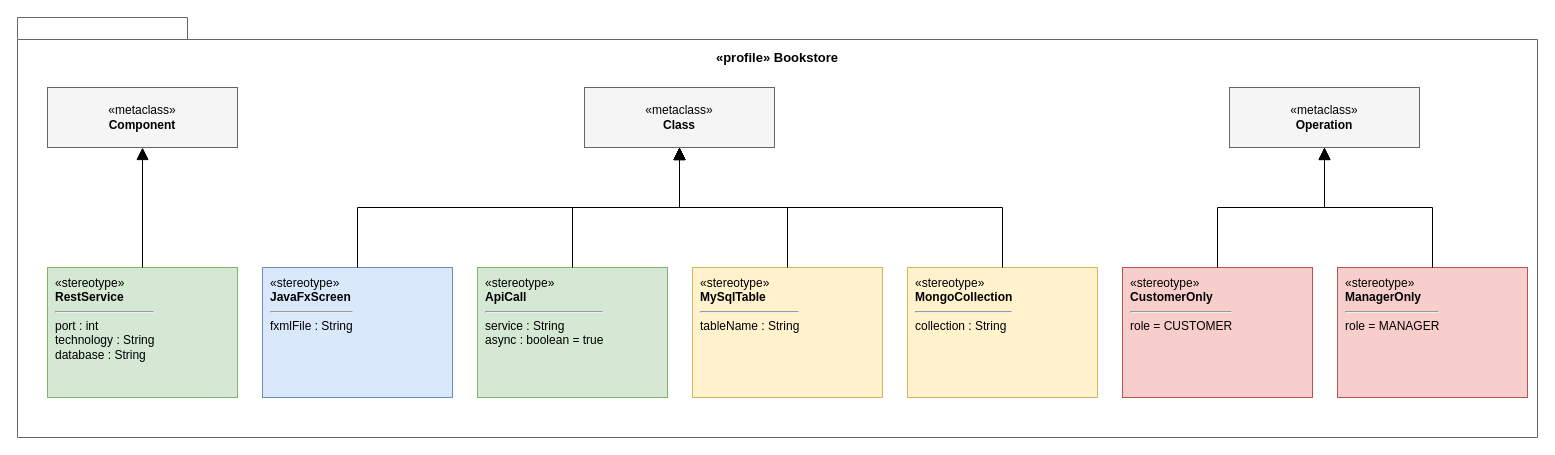
KFUPMer/csce310-bookstore keeps this draw.io diagram as docs/02-design/diagrams/profile.drawio. Above is the earlier version. Source tidied: cells renumbered, new cells numbered last; positions are measured from the earlier drawing's top-left corner, leaving out a move shared by most shapes. Both pictures are drawn from the tidied source at 100%, with x=0, y=0 at pixel (17, 17).
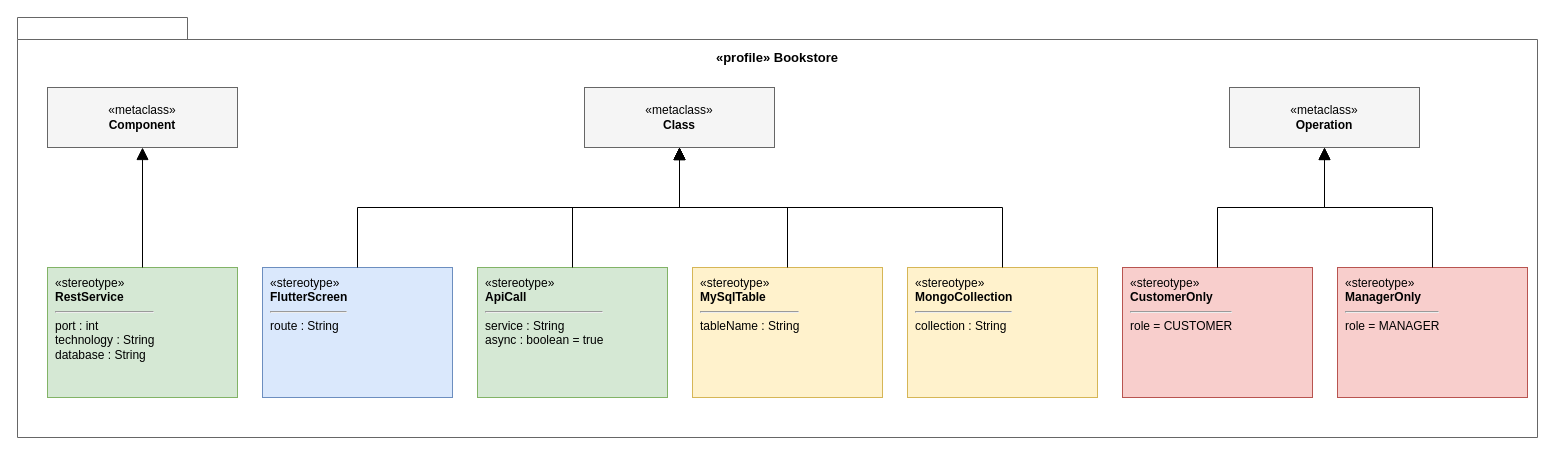
The same diagram, later.

What changed in the source:
```diff
@@
 <mxGraphModel>
   <root>
     <mxCell id="0" />
     <mxCell id="1" parent="0" />
     <mxCell id="2" value="«profile» Bookstore" style="shape=folder;fontStyle=1;tabWidth=170;tabHeight=22;tabPosition=left;html=1;whiteSpace=wrap;verticalAlign=top;spacingTop=26;fontSize=13;fillColor=none;strokeColor=#666666;" parent="1" vertex="1">
       <mxGeometry width="1520" height="420" as="geometry" />
     </mxCell>
     <mxCell id="3" value="«metaclass»&lt;br&gt;&lt;b&gt;Component&lt;/b&gt;" style="rounded=0;whiteSpace=wrap;html=1;fontSize=12;fillColor=#f5f5f5;strokeColor=#666666;" parent="1" vertex="1">
       <mxGeometry x="30" y="70" width="190" height="60" as="geometry" />
     </mxCell>
     <mxCell id="4" value="«metaclass»&lt;br&gt;&lt;b&gt;Class&lt;/b&gt;" style="rounded=0;whiteSpace=wrap;html=1;fontSize=12;fillColor=#f5f5f5;strokeColor=#666666;" parent="1" vertex="1">
       <mxGeometry x="567" y="70" width="190" height="60" as="geometry" />
     </mxCell>
     <mxCell id="5" value="«metaclass»&lt;br&gt;&lt;b&gt;Operation&lt;/b&gt;" style="rounded=0;whiteSpace=wrap;html=1;fontSize=12;fillColor=#f5f5f5;strokeColor=#666666;" parent="1" vertex="1">
       <mxGeometry x="1212" y="70" width="190" height="60" as="geometry" />
     </mxCell>
     <mxCell id="6" value="«stereotype»&lt;br&gt;&lt;b&gt;RestService&lt;/b&gt;&lt;hr&gt;port : int&lt;br&gt;technology : String&lt;br&gt;database : String" style="rounded=0;whiteSpace=wrap;html=1;align=left;verticalAlign=top;spacingLeft=6;spacingTop=2;fontSize=12;fillColor=#d5e8d4;strokeColor=#82b366;" parent="1" vertex="1">
       <mxGeometry x="30" y="250" width="190" height="130" as="geometry" />
     </mxCell>
     <mxCell id="7" style="endArrow=block;endFill=1;endSize=10;html=1;rounded=0;edgeStyle=orthogonalEdgeStyle;exitX=0.5;exitY=0;entryX=0.5;entryY=1;" parent="1" edge="1" source="6" target="3">
       <mxGeometry relative="1" as="geometry" />
     </mxCell>
-    <mxCell id="8" value="«stereotype»&lt;br&gt;&lt;b&gt;JavaFxScreen&lt;/b&gt;&lt;hr&gt;fxmlFile : String" style="rounded=0;whiteSpace=wrap;html=1;align=left;verticalAlign=top;spacingLeft=6;spacingTop=2;fontSize=12;fillColor=#dae8fc;strokeColor=#6c8ebf;" parent="1" vertex="1">
+    <mxCell id="8" value="«stereotype»&lt;br&gt;&lt;b&gt;FlutterScreen&lt;/b&gt;&lt;hr&gt;route : String" style="rounded=0;whiteSpace=wrap;html=1;align=left;verticalAlign=top;spacingLeft=6;spacingTop=2;fontSize=12;fillColor=#dae8fc;strokeColor=#6c8ebf;" parent="1" vertex="1">
       <mxGeometry x="245" y="250" width="190" height="130" as="geometry" />
     </mxCell>
     <mxCell id="9" style="endArrow=block;endFill=1;endSize=10;html=1;rounded=0;edgeStyle=orthogonalEdgeStyle;exitX=0.5;exitY=0;entryX=0.5;entryY=1;" parent="1" edge="1" source="8" target="4">
       <mxGeometry relative="1" as="geometry" />
     </mxCell>
     <mxCell id="10" value="«stereotype»&lt;br&gt;&lt;b&gt;ApiCall&lt;/b&gt;&lt;hr&gt;service : String&lt;br&gt;async : boolean = true" style="rounded=0;whiteSpace=wrap;html=1;align=left;verticalAlign=top;spacingLeft=6;spacingTop=2;fontSize=12;fillColor=#d5e8d4;strokeColor=#82b366;" parent="1" vertex="1">
       <mxGeometry x="460" y="250" width="190" height="130" as="geometry" />
     </mxCell>
     <mxCell id="11" style="endArrow=block;endFill=1;endSize=10;html=1;rounded=0;edgeStyle=orthogonalEdgeStyle;exitX=0.5;exitY=0;entryX=0.5;entryY=1;" parent="1" edge="1" source="10" target="4">
       <mxGeometry relative="1" as="geometry" />
     </mxCell>
     <mxCell id="12" value="«stereotype»&lt;br&gt;&lt;b&gt;MySqlTable&lt;/b&gt;&lt;hr&gt;tableName : String" style="rounded=0;whiteSpace=wrap;html=1;align=left;verticalAlign=top;spacingLeft=6;spacingTop=2;fontSize=12;fillColor=#fff2cc;strokeColor=#d6b656;" parent="1" vertex="1">
       <mxGeometry x="675" y="250" width="190" height="130" as="geometry" />
     </mxCell>
     <mxCell id="13" style="endArrow=block;endFill=1;endSize=10;html=1;rounded=0;edgeStyle=orthogonalEdgeStyle;exitX=0.5;exitY=0;entryX=0.5;entryY=1;" parent="1" edge="1" source="12" target="4">
       <mxGeometry relative="1" as="geometry" />
     </mxCell>
     <mxCell id="14" value="«stereotype»&lt;br&gt;&lt;b&gt;MongoCollection&lt;/b&gt;&lt;hr&gt;collection : String" style="rounded=0;whiteSpace=wrap;html=1;align=left;verticalAlign=top;spacingLeft=6;spacingTop=2;fontSize=12;fillColor=#fff2cc;strokeColor=#d6b656;" parent="1" vertex="1">
       <mxGeometry x="890" y="250" width="190" height="130" as="geometry" />
     </mxCell>
     <mxCell id="15" style="endArrow=block;endFill=1;endSize=10;html=1;rounded=0;edgeStyle=orthogonalEdgeStyle;exitX=0.5;exitY=0;entryX=0.5;entryY=1;" parent="1" edge="1" source="14" target="4">
       <mxGeometry relative="1" as="geometry" />
     </mxCell>
     <mxCell id="16" value="«stereotype»&lt;br&gt;&lt;b&gt;CustomerOnly&lt;/b&gt;&lt;hr&gt;role = CUSTOMER" style="rounded=0;whiteSpace=wrap;html=1;align=left;verticalAlign=top;spacingLeft=6;spacingTop=2;fontSize=12;fillColor=#f8cecc;strokeColor=#b85450;" parent="1" vertex="1">
       <mxGeometry x="1105" y="250" width="190" height="130" as="geometry" />
     </mxCell>
     <mxCell id="17" style="endArrow=block;endFill=1;endSize=10;html=1;rounded=0;edgeStyle=orthogonalEdgeStyle;exitX=0.5;exitY=0;entryX=0.5;entryY=1;" parent="1" edge="1" source="16" target="5">
       <mxGeometry relative="1" as="geometry" />
     </mxCell>
     <mxCell id="18" value="«stereotype»&lt;br&gt;&lt;b&gt;ManagerOnly&lt;/b&gt;&lt;hr&gt;role = MANAGER" style="rounded=0;whiteSpace=wrap;html=1;align=left;verticalAlign=top;spacingLeft=6;spacingTop=2;fontSize=12;fillColor=#f8cecc;strokeColor=#b85450;" parent="1" vertex="1">
       <mxGeometry x="1320" y="250" width="190" height="130" as="geometry" />
     </mxCell>
     <mxCell id="19" style="endArrow=block;endFill=1;endSize=10;html=1;rounded=0;edgeStyle=orthogonalEdgeStyle;exitX=0.5;exitY=0;entryX=0.5;entryY=1;" parent="1" edge="1" source="18" target="5">
       <mxGeometry relative="1" as="geometry" />
     </mxCell>
   </root>
 </mxGraphModel>
```
